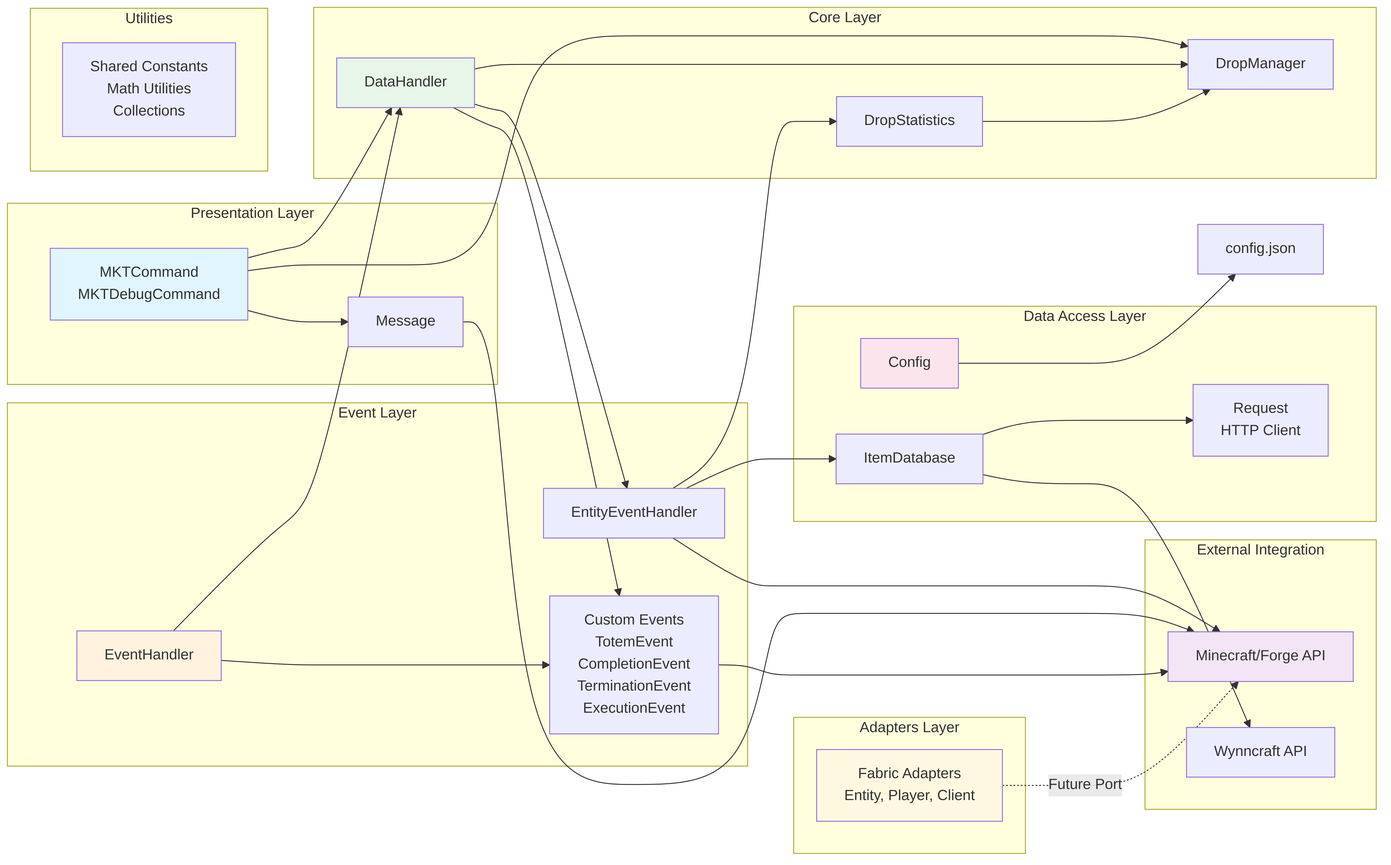
The Mermaid diagram docs/diagrams/architecture-layers.png in FAZuH/MobKillTrackerv3, before a commit. Its source is kept beside it as docs/diagrams/architecture-layers.mmd.
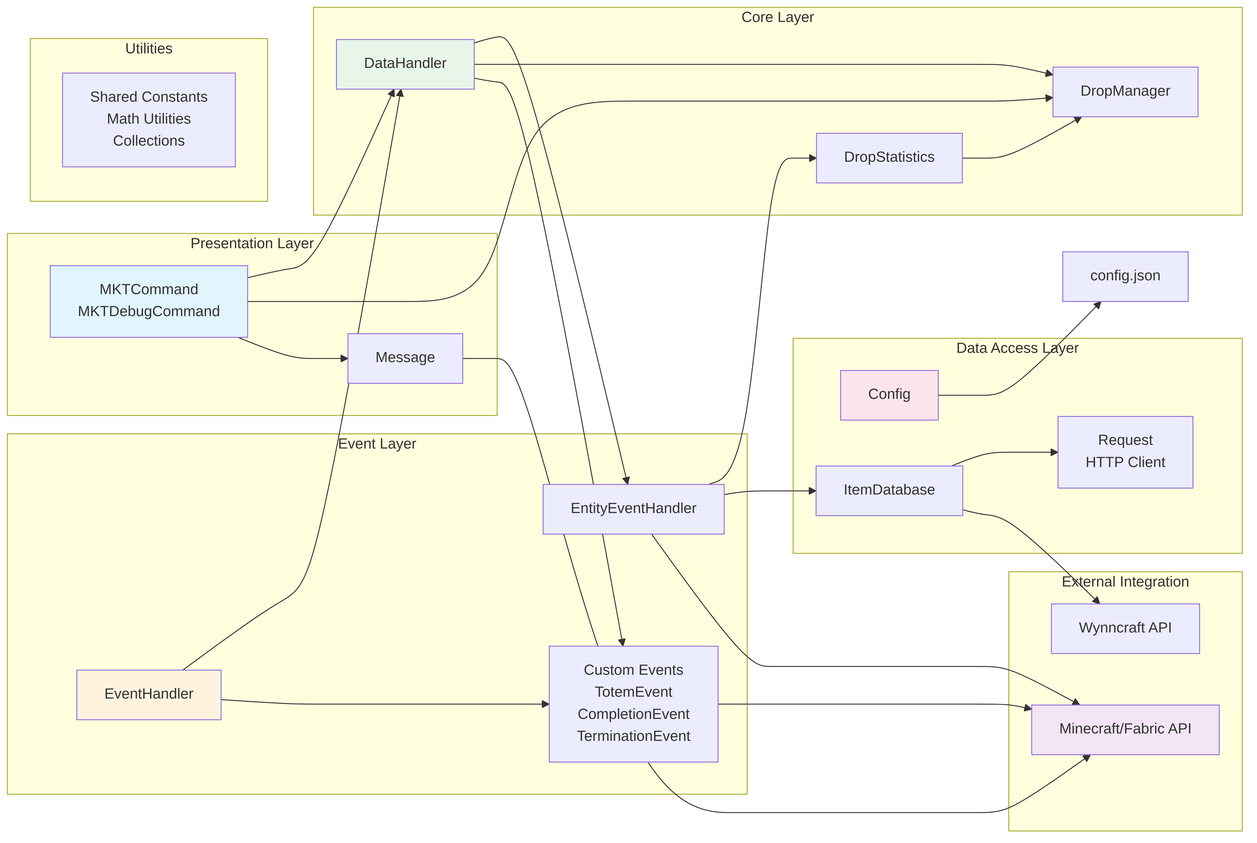
Later version of the same file.

Diff of the diagram source:
```diff
@@ -7,7 +7,7 @@
     subgraph "Event Layer"
         EVH[EventHandler]
         EEH[EntityEventHandler]
-        EVENTS[Custom Events<br/>TotemEvent<br/>CompletionEvent<br/>TerminationEvent<br/>ExecutionEvent]
+        EVENTS[Custom Events<br/>TotemEvent<br/>CompletionEvent<br/>TerminationEvent]
     end
 
     subgraph "Core Layer"
@@ -23,16 +23,12 @@
     end
 
     subgraph "External Integration"
-        MC[Minecraft/Forge API]
+        MC[Minecraft/Fabric API]
         API[Wynncraft API]
     end
 
     subgraph "Utilities"
         UTILS[Shared Constants<br/>Math Utilities<br/>Collections]
-    end
-
-    subgraph "Adapters Layer"
-        FAB[Fabric Adapters<br/>Entity, Player, Client]
     end
 
     CMD --> DH
@@ -61,11 +57,8 @@
 
     EVENTS --> MC
 
-    FAB -.->|"Future Port"| MC
-
     style CMD fill:#e1f5fe
     style EVH fill:#fff3e0
     style DH fill:#e8f5e9
     style CFG fill:#fce4ec
     style MC fill:#f3e5f5
-    style FAB fill:#fff8e1
```
